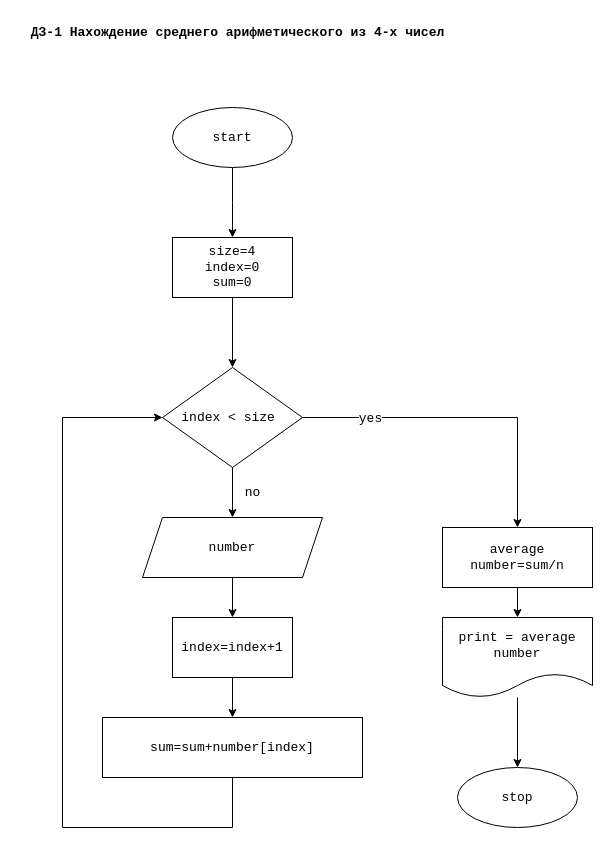
Above: ДЗ-1 нахождение среднего арифметического из 4-х чисел..drawio in iyuninva/- (draw.io), before the change. Source tidied: cells renumbered, new cells numbered last; positions are measured from the earlier drawing's top-left corner, leaving out a move shared by most shapes. Both pictures are drawn from the tidied source at 100%, with x=0, y=0 at pixel (17, 17).
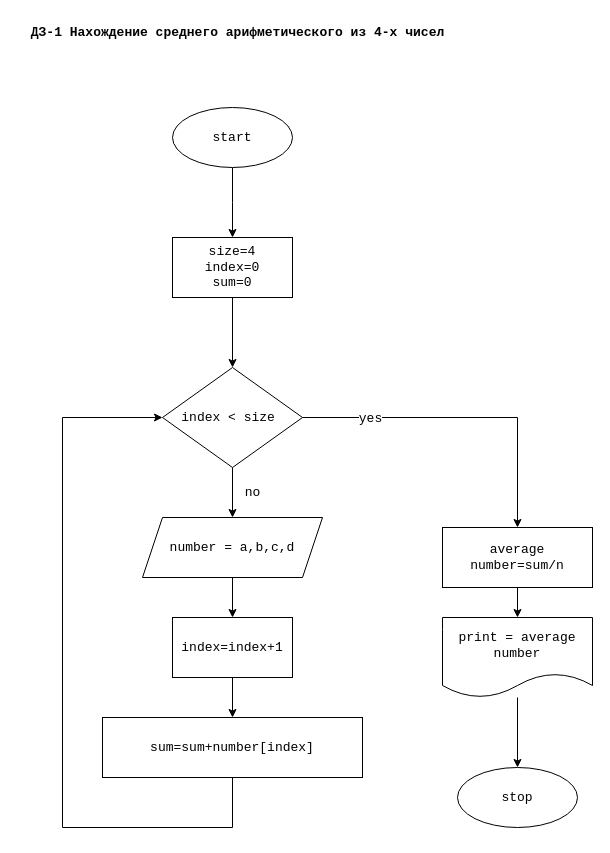
The same diagram, later.

What changed in the source:
```diff
@@
-    <mxCell id="22" value="number" style="shape=parallelogram;perimeter=parallelogramPerimeter;whiteSpace=wrap;html=1;fixedSize=1;fontSize=13;fontFamily=Courier New;rounded=0;" parent="1" vertex="1">
+    <mxCell id="22" value="number = a,b,c,d" style="shape=parallelogram;perimeter=parallelogramPerimeter;whiteSpace=wrap;html=1;fixedSize=1;fontSize=13;fontFamily=Courier New;rounded=0;" parent="1" vertex="1">
       <mxGeometry x="125" y="500" width="180" height="60" as="geometry" />
     </mxCell>
```
